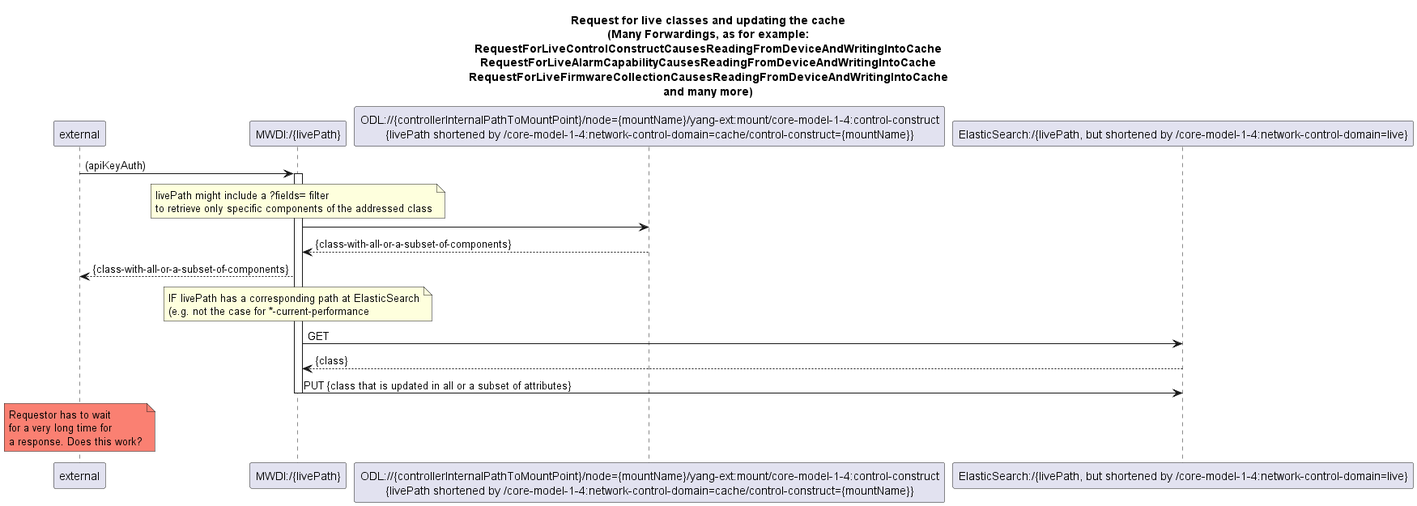
openBackhaul/MicroWaveDeviceInventory keeps this PlantUML diagram as spec/diagrams/500_LiveRessourcePathWithCacheUpdate.png. Above is the earlier version.
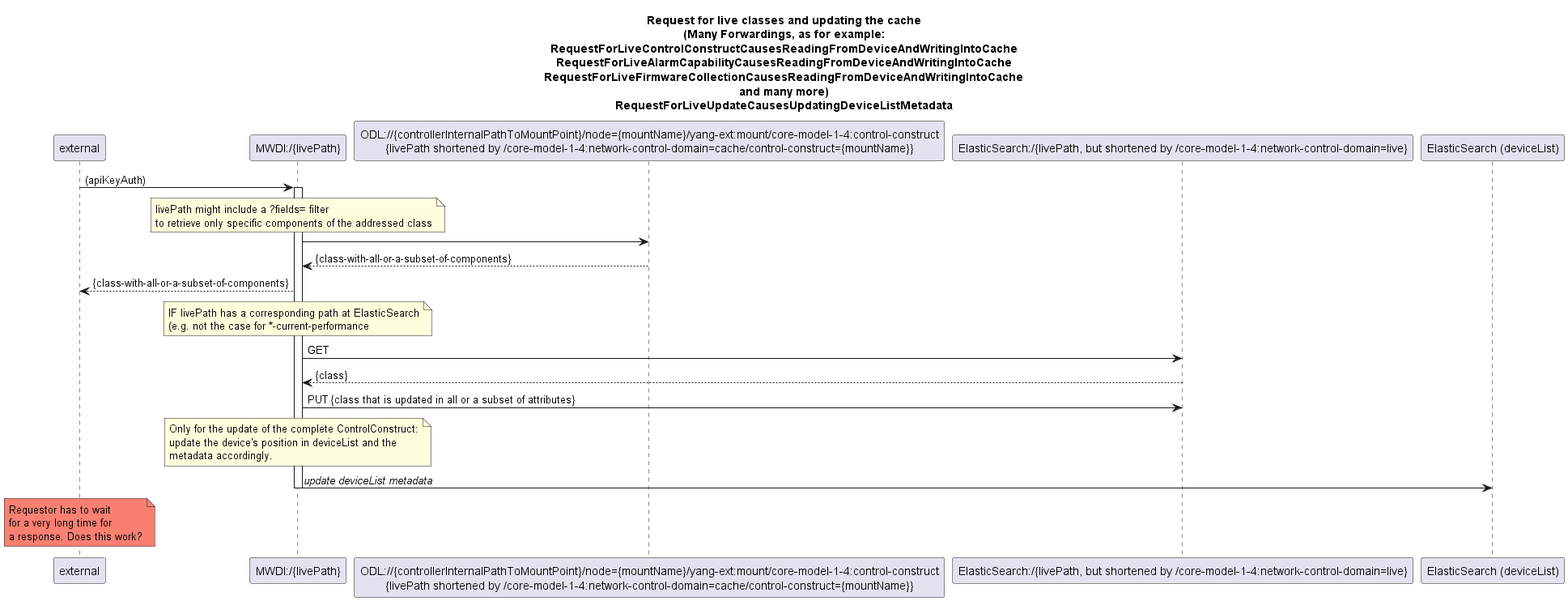
Later version of the same file.

Change to the diagram source:
```diff
@@ -8,6 +8,7 @@
 RequestForLiveAlarmCapabilityCausesReadingFromDeviceAndWritingIntoCache
 RequestForLiveFirmwareCollectionCausesReadingFromDeviceAndWritingIntoCache
 and many more)
+RequestForLiveUpdateCausesUpdatingDeviceListMetadata
 end title
 
 
@@ -15,8 +16,7 @@
 participant "MWDI:/{livePath}" as LiveControlConstructClass
 participant "ODL://{controllerInternalPathToMountPoint}/node={mountName}/yang-ext:mount/core-model-1-4:control-construct\n{livePath shortened by /core-model-1-4:network-control-domain=cache/control-construct={mountName}}" as OdlControlConstructClass
 participant "ElasticSearch:/{livePath, but shortened by /core-model-1-4:network-control-domain=live}" as EsControlConstructClass
-
-
+participant "ElasticSearch (deviceList)" as deviceList
 
 requestor -> LiveControlConstructClass: (apiKeyAuth)
 activate LiveControlConstructClass
@@ -39,6 +39,13 @@
 
 LiveControlConstructClass -> EsControlConstructClass: PUT {class that is updated in all or a subset of attributes}
 
+note over LiveControlConstructClass
+  Only for the update of the complete ControlConstruct:
+  update the device's position in deviceList and the
+  metadata accordingly.
+end note
+LiveControlConstructClass -> deviceList: <i>update deviceList metadata</i>
+
 deactivate LiveControlConstructClass
 
 skinparam NoteBackgroundColor salmon
```
